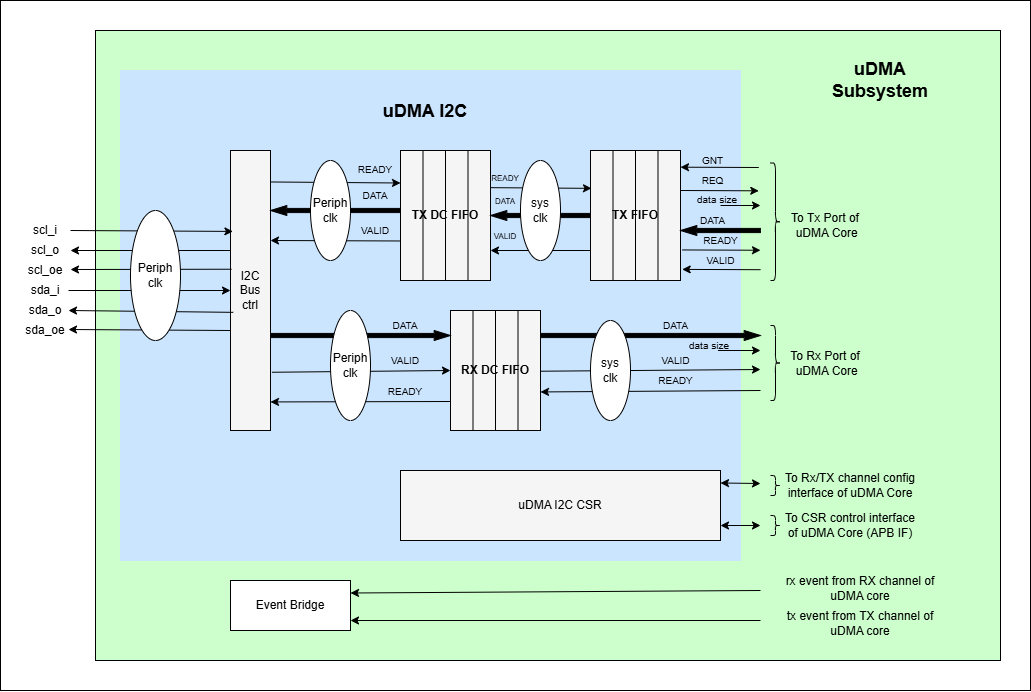
openhwgroup/core-v-mcu keeps this draw.io diagram as docs/doc-src/ip-blocks/udma_i2c_block_diagram.png. Above is the earlier version. Source tidied: cells renumbered, new cells last; positions are measured from the earlier drawing's top-left corner, leaving out a move shared by most shapes.
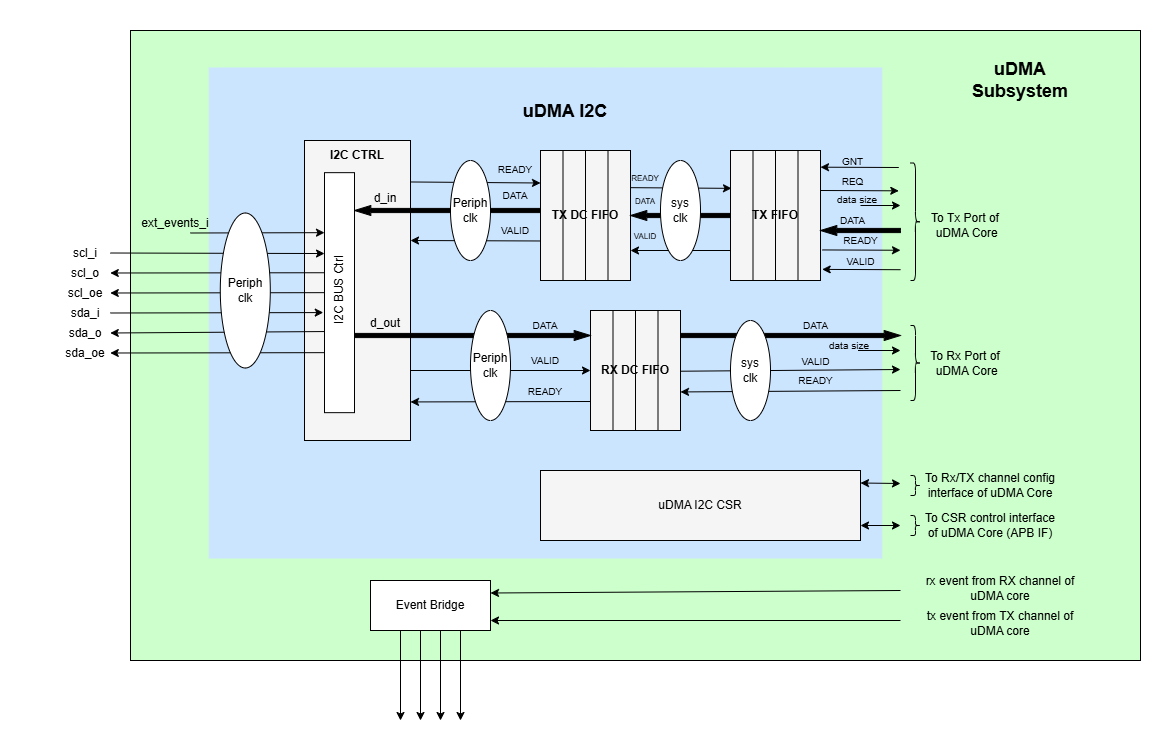
The same diagram one commit later.

Commit message:
Update block diagram and description

The edit, as a diff of the source:
```diff
@@ -2,67 +2,53 @@
   <root>
     <mxCell id="0" />
     <mxCell id="1" parent="0" />
-    <mxCell id="2" style="rounded=0;whiteSpace=wrap;html=1;" parent="1" vertex="1">
-      <mxGeometry width="1030" height="690" as="geometry" />
+    <mxCell id="2" style="rounded=0;whiteSpace=wrap;html=1;strokeColor=#FFFFFF;" parent="1" vertex="1">
+      <mxGeometry x="-140" width="1170" height="690" as="geometry" />
     </mxCell>
     <mxCell id="3" style="rounded=0;whiteSpace=wrap;html=1;fillColor=#CCFFCC;" parent="1" vertex="1">
-      <mxGeometry x="95" y="30" width="905" height="630" as="geometry" />
+      <mxGeometry x="-10" y="30" width="1010" height="630" as="geometry" />
     </mxCell>
     <mxCell id="4" style="rounded=0;whiteSpace=wrap;html=1;fillColor=#CCE5FF;strokeColor=#CCE5FF;" parent="1" vertex="1">
-      <mxGeometry x="120" y="70" width="620" height="490" as="geometry" />
+      <mxGeometry x="68.8" y="67.5" width="672.5" height="490" as="geometry" />
     </mxCell>
-    <mxCell id="5" value="I2C&lt;div&gt;Bus&lt;/div&gt;&lt;div&gt;ctrl&lt;/div&gt;" style="rounded=0;whiteSpace=wrap;html=1;fillColor=#F5F5F5;" parent="1" vertex="1">
-      <mxGeometry x="230" y="150" width="40" height="280" as="geometry" />
+    <mxCell id="5" style="rounded=0;whiteSpace=wrap;html=1;fillColor=#F5F5F5;" parent="1" vertex="1">
+      <mxGeometry x="164" y="140" width="106" height="300" as="geometry" />
     </mxCell>
-    <mxCell id="6" style="endArrow=classic;html=1;rounded=0;" parent="1" edge="1">
-      <mxGeometry relative="1" as="geometry">
-        <mxPoint x="230" y="250" as="sourcePoint" />
-        <mxPoint x="70" y="250" as="targetPoint" />
-      </mxGeometry>
+    <mxCell id="6" style="endArrow=classic;html=1;rounded=0;entryX=1;entryY=0.5;entryDx=0;entryDy=0;exitX=-0.017;exitY=0.417;exitDx=0;exitDy=0;exitPerimeter=0;" parent="1" edge="1" source="98" target="13">
+      <mxGeometry relative="1" as="geometry" />
     </mxCell>
-    <mxCell id="7" style="endArrow=classic;html=1;rounded=0;exitX=0.025;exitY=0.424;exitDx=0;exitDy=0;exitPerimeter=0;" parent="1" edge="1" source="5">
-      <mxGeometry relative="1" as="geometry">
-        <mxPoint x="70" y="269" as="targetPoint" />
-      </mxGeometry>
+    <mxCell id="7" style="endArrow=classic;html=1;rounded=0;entryX=1;entryY=0.5;entryDx=0;entryDy=0;exitX=0;exitY=0.5;exitDx=0;exitDy=0;" parent="1" edge="1" source="98" target="14">
+      <mxGeometry relative="1" as="geometry" />
     </mxCell>
-    <mxCell id="8" style="endArrow=classic;html=1;rounded=0;entryX=0.06;entryY=0.289;entryDx=0;entryDy=0;entryPerimeter=0;" parent="1" edge="1" target="5">
-      <mxGeometry relative="1" as="geometry">
-        <mxPoint x="70" y="230" as="sourcePoint" />
-      </mxGeometry>
+    <mxCell id="8" style="endArrow=classic;html=1;rounded=0;exitX=1;exitY=0.5;exitDx=0;exitDy=0;entryX=0.001;entryY=0.337;entryDx=0;entryDy=0;entryPerimeter=0;" parent="1" edge="1" source="12" target="98">
+      <mxGeometry relative="1" as="geometry" />
     </mxCell>
-    <mxCell id="9" style="endArrow=classic;html=1;rounded=0;exitX=0.07;exitY=0.578;exitDx=0;exitDy=0;exitPerimeter=0;" parent="1" edge="1" source="5">
-      <mxGeometry relative="1" as="geometry">
-        <mxPoint x="68" y="310" as="targetPoint" />
-      </mxGeometry>
+    <mxCell id="9" style="endArrow=classic;html=1;rounded=0;entryX=1;entryY=0.5;entryDx=0;entryDy=0;exitX=0.042;exitY=0.662;exitDx=0;exitDy=0;exitPerimeter=0;" parent="1" edge="1" source="98" target="16">
+      <mxGeometry relative="1" as="geometry" />
     </mxCell>
-    <mxCell id="10" style="endArrow=classic;html=1;rounded=0;" parent="1" edge="1">
-      <mxGeometry relative="1" as="geometry">
-        <mxPoint x="230" y="330" as="sourcePoint" />
-        <mxPoint x="68" y="329" as="targetPoint" />
-      </mxGeometry>
+    <mxCell id="10" style="endArrow=classic;html=1;rounded=0;entryX=1;entryY=0.5;entryDx=0;entryDy=0;exitX=0;exitY=0.75;exitDx=0;exitDy=0;" parent="1" edge="1" source="98" target="17">
+      <mxGeometry relative="1" as="geometry" />
     </mxCell>
-    <mxCell id="11" style="endArrow=classic;html=1;rounded=0;entryX=0;entryY=0.5;entryDx=0;entryDy=0;" parent="1" edge="1" target="5">
-      <mxGeometry relative="1" as="geometry">
-        <mxPoint x="68" y="290" as="sourcePoint" />
-      </mxGeometry>
+    <mxCell id="11" style="endArrow=classic;html=1;rounded=0;exitX=1;exitY=0.5;exitDx=0;exitDy=0;entryX=-0.041;entryY=0.583;entryDx=0;entryDy=0;entryPerimeter=0;" parent="1" edge="1" source="15" target="98">
+      <mxGeometry relative="1" as="geometry" />
     </mxCell>
     <mxCell id="12" value="scl_i" style="text;html=1;align=center;verticalAlign=middle;whiteSpace=wrap;rounded=0;" parent="1" vertex="1">
-      <mxGeometry x="20" y="220" width="50" height="20" as="geometry" />
+      <mxGeometry x="-80.2" y="242.5" width="50" height="20" as="geometry" />
     </mxCell>
     <mxCell id="13" value="scl_o" style="text;html=1;align=center;verticalAlign=middle;whiteSpace=wrap;rounded=0;" parent="1" vertex="1">
-      <mxGeometry x="20" y="240" width="50" height="20" as="geometry" />
+      <mxGeometry x="-80.2" y="262.5" width="50" height="20" as="geometry" />
     </mxCell>
     <mxCell id="14" value="scl_oe" style="text;html=1;align=center;verticalAlign=middle;whiteSpace=wrap;rounded=0;" parent="1" vertex="1">
-      <mxGeometry x="20" y="260" width="50" height="20" as="geometry" />
+      <mxGeometry x="-80.2" y="282.5" width="50" height="20" as="geometry" />
     </mxCell>
     <mxCell id="15" value="sda_i" style="text;html=1;align=center;verticalAlign=middle;whiteSpace=wrap;rounded=0;" parent="1" vertex="1">
-      <mxGeometry x="20" y="280" width="50" height="20" as="geometry" />
+      <mxGeometry x="-80.2" y="302.5" width="50" height="20" as="geometry" />
     </mxCell>
     <mxCell id="16" value="sda_o" style="text;html=1;align=center;verticalAlign=middle;whiteSpace=wrap;rounded=0;" parent="1" vertex="1">
-      <mxGeometry x="20" y="300" width="50" height="20" as="geometry" />
+      <mxGeometry x="-80.2" y="322.5" width="50" height="20" as="geometry" />
     </mxCell>
     <mxCell id="17" value="sda_oe" style="text;html=1;align=center;verticalAlign=middle;whiteSpace=wrap;rounded=0;" parent="1" vertex="1">
-      <mxGeometry x="20" y="320" width="50" height="20" as="geometry" />
+      <mxGeometry x="-80.2" y="342.5" width="50" height="20" as="geometry" />
     </mxCell>
     <mxCell id="18" value="&lt;b&gt;TX DC FIFO&lt;/b&gt;" style="rounded=0;whiteSpace=wrap;html=1;fillColor=#F5F5F5;" parent="1" vertex="1">
       <mxGeometry x="400" y="150" width="90" height="130" as="geometry" />
@@ -194,7 +180,7 @@
       <mxGeometry x="490" y="230" width="30" height="10" as="geometry" />
     </mxCell>
     <mxCell id="53" style="html=1;shadow=0;dashed=0;align=center;verticalAlign=middle;shape=mxgraph.arrows2.arrow;dy=0.58;dx=16.33;notch=0;direction=west;fillColor=#000000;" parent="1" vertex="1">
-      <mxGeometry x="270" y="205" width="130" height="10" as="geometry" />
+      <mxGeometry x="214" y="205" width="186" height="10" as="geometry" />
     </mxCell>
     <mxCell id="54" style="endArrow=classic;html=1;rounded=0;entryX=1.019;entryY=0.139;entryDx=0;entryDy=0;entryPerimeter=0;exitX=0.004;exitY=0.696;exitDx=0;exitDy=0;exitPerimeter=0;" parent="1" edge="1" source="18">
       <mxGeometry relative="1" as="geometry">
@@ -237,13 +223,15 @@
       <mxGeometry x="590" y="320" width="40" height="100" as="geometry" />
     </mxCell>
     <mxCell id="64" style="html=1;shadow=0;dashed=0;align=center;verticalAlign=middle;shape=mxgraph.arrows2.arrow;dy=0.58;dx=16.33;notch=0;direction=east;fillColor=#000000;" parent="1" vertex="1">
-      <mxGeometry x="270" y="330" width="180" height="10" as="geometry" />
+      <mxGeometry x="210" y="330" width="240" height="10" as="geometry" />
     </mxCell>
     <mxCell id="65" value="Periph&lt;div&gt;clk&lt;/div&gt;" style="ellipse;whiteSpace=wrap;html=1;" parent="1" vertex="1">
       <mxGeometry x="310" y="160" width="40" height="100" as="geometry" />
     </mxCell>
-    <mxCell id="66" style="endArrow=classic;html=1;rounded=0;exitX=1.036;exitY=0.792;exitDx=0;exitDy=0;entryX=0;entryY=0.5;entryDx=0;entryDy=0;exitPerimeter=0;" parent="1" edge="1" source="5" target="22">
-      <mxGeometry relative="1" as="geometry" />
+    <mxCell id="66" style="endArrow=classic;html=1;rounded=0;entryX=0;entryY=0.5;entryDx=0;entryDy=0;" parent="1" edge="1" target="22">
+      <mxGeometry relative="1" as="geometry">
+        <mxPoint x="270" y="370" as="sourcePoint" />
+      </mxGeometry>
     </mxCell>
     <mxCell id="67" style="endArrow=classic;html=1;rounded=0;entryX=1.019;entryY=0.139;entryDx=0;entryDy=0;entryPerimeter=0;" parent="1" edge="1">
       <mxGeometry relative="1" as="geometry">
@@ -263,9 +251,6 @@
     <mxCell id="71" value="&lt;font style=&quot;font-size: 10px;&quot;&gt;READY&lt;/font&gt;" style="text;html=1;align=center;verticalAlign=middle;whiteSpace=wrap;rounded=0;" parent="1" vertex="1">
       <mxGeometry x="390" y="380" width="30" height="22.2" as="geometry" />
     </mxCell>
-    <mxCell id="72" value="Periph&lt;div&gt;clk&lt;/div&gt;" style="ellipse;whiteSpace=wrap;html=1;" parent="1" vertex="1">
-      <mxGeometry x="130" y="210" width="50" height="130" as="geometry" />
-    </mxCell>
     <mxCell id="73" value="uDMA I2C CSR" style="rounded=0;whiteSpace=wrap;html=1;fillColor=#F5F5F5;" parent="1" vertex="1">
       <mxGeometry x="400" y="470" width="320" height="70" as="geometry" />
     </mxCell>
@@ -331,5 +316,57 @@
     <mxCell id="90" value="&lt;b&gt;&lt;font style=&quot;font-size: 18px;&quot;&gt;uDMA Subsystem&lt;/font&gt;&lt;/b&gt;" style="text;html=1;align=center;verticalAlign=middle;whiteSpace=wrap;rounded=0;" parent="1" vertex="1">
       <mxGeometry x="810" y="50" width="140" height="60" as="geometry" />
     </mxCell>
+    <mxCell id="91" style="edgeStyle=orthogonalEdgeStyle;rounded=0;orthogonalLoop=1;jettySize=auto;html=1;exitX=0.5;exitY=1;exitDx=0;exitDy=0;" parent="1" edge="1" source="17" target="17">
+      <mxGeometry relative="1" as="geometry" />
+    </mxCell>
+    <mxCell id="92" style="endArrow=classic;html=1;rounded=0;exitX=0.25;exitY=1;exitDx=0;exitDy=0;" parent="1" edge="1" source="84">
+      <mxGeometry relative="1" as="geometry">
+        <mxPoint x="260" y="720" as="targetPoint" />
+      </mxGeometry>
+    </mxCell>
+    <mxCell id="93" style="endArrow=classic;html=1;rounded=0;exitX=0.25;exitY=1;exitDx=0;exitDy=0;" parent="1" edge="1">
+      <mxGeometry relative="1" as="geometry">
+        <mxPoint x="280" y="630" as="sourcePoint" />
+        <mxPoint x="280" y="720" as="targetPoint" />
+      </mxGeometry>
+    </mxCell>
+    <mxCell id="94" style="endArrow=classic;html=1;rounded=0;exitX=0.25;exitY=1;exitDx=0;exitDy=0;" parent="1" edge="1">
+      <mxGeometry relative="1" as="geometry">
+        <mxPoint x="300" y="630" as="sourcePoint" />
+        <mxPoint x="300" y="720" as="targetPoint" />
+      </mxGeometry>
+    </mxCell>
+    <mxCell id="95" style="endArrow=classic;html=1;rounded=0;exitX=0.25;exitY=1;exitDx=0;exitDy=0;" parent="1" edge="1">
+      <mxGeometry relative="1" as="geometry">
+        <mxPoint x="320" y="630" as="sourcePoint" />
+        <mxPoint x="320" y="720" as="targetPoint" />
+      </mxGeometry>
+    </mxCell>
+    <mxCell id="96" style="endArrow=classic;html=1;rounded=0;entryX=0;entryY=0.25;entryDx=0;entryDy=0;" parent="1" edge="1" target="98">
+      <mxGeometry relative="1" as="geometry">
+        <mxPoint x="49.8" y="232.5" as="sourcePoint" />
+      </mxGeometry>
+    </mxCell>
+    <mxCell id="72" value="Periph&lt;div&gt;clk&lt;/div&gt;" style="ellipse;whiteSpace=wrap;html=1;" parent="1" vertex="1">
+      <mxGeometry x="79.8" y="212.5" width="50" height="155" as="geometry" />
+    </mxCell>
+    <mxCell id="97" value="ext_events_i" style="text;html=1;align=center;verticalAlign=middle;whiteSpace=wrap;rounded=0;" parent="1" vertex="1">
+      <mxGeometry x="9.8" y="212.5" width="50" height="20" as="geometry" />
+    </mxCell>
+    <mxCell id="98" style="rounded=0;whiteSpace=wrap;html=1;" parent="1" vertex="1">
+      <mxGeometry x="184" y="172.2" width="30" height="240" as="geometry" />
+    </mxCell>
+    <mxCell id="99" value="&lt;b&gt;I2C CTRL&lt;/b&gt;" style="text;html=1;align=center;verticalAlign=middle;whiteSpace=wrap;rounded=0;" parent="1" vertex="1">
+      <mxGeometry x="187" y="140" width="60" height="30" as="geometry" />
+    </mxCell>
+    <mxCell id="100" value="I2C BUS Ctrl" style="text;html=1;align=center;verticalAlign=middle;whiteSpace=wrap;rounded=0;rotation=270;" parent="1" vertex="1">
+      <mxGeometry x="149" y="275" width="100" height="30" as="geometry" />
+    </mxCell>
+    <mxCell id="101" value="d_in" style="text;html=1;align=center;verticalAlign=middle;whiteSpace=wrap;rounded=0;" parent="1" vertex="1">
+      <mxGeometry x="230" y="190" width="30" height="15" as="geometry" />
+    </mxCell>
+    <mxCell id="102" value="d_out" style="text;html=1;align=center;verticalAlign=middle;whiteSpace=wrap;rounded=0;" parent="1" vertex="1">
+      <mxGeometry x="230" y="315" width="30" height="15" as="geometry" />
+    </mxCell>
   </root>
 </mxGraphModel>
```
